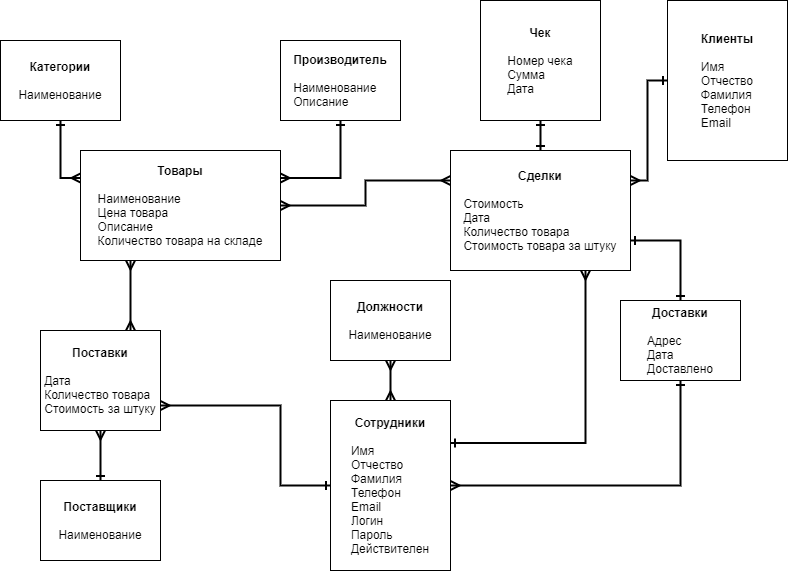
Earlier version of the draw.io export Инфологическая модель-v5.png (maximzadorkin/onlinestore_svetlyachok). Source tidied: cells renumbered, new cells last; positions are measured from the earlier drawing's top-left corner, leaving out a move shared by most shapes. Its diagram source:
```xml
<mxGraphModel>
  <root>
    <mxCell id="0" />
    <mxCell id="1" parent="0" />
    <mxCell id="2" style="edgeStyle=orthogonalEdgeStyle;rounded=0;jettySize=auto;html=1;exitX=0;exitY=0.25;exitDx=0;exitDy=0;entryX=0.5;entryY=1;entryDx=0;entryDy=0;startArrow=ERmany;startFill=0;endArrow=ERone;endFill=0;strokeWidth=2;" parent="1" edge="1" source="3" target="4">
      <mxGeometry relative="1" as="geometry" />
    </mxCell>
    <mxCell id="3" value="&lt;b&gt;Товары&lt;/b&gt;&lt;br&gt;&lt;br&gt;&lt;div style=&quot;text-align: left&quot;&gt;&lt;span&gt;Н&lt;/span&gt;&lt;span&gt;аименование&lt;/span&gt;&lt;/div&gt;&lt;div style=&quot;text-align: left&quot;&gt;Цена товара&lt;/div&gt;&lt;div style=&quot;text-align: left&quot;&gt;Описание&lt;/div&gt;&lt;div style=&quot;text-align: left&quot;&gt;Количество товара на складе&lt;/div&gt;" style="whiteSpace=wrap;html=1;" parent="1" vertex="1">
      <mxGeometry x="80" y="150" width="200" height="110" as="geometry" />
    </mxCell>
    <mxCell id="4" value="&lt;b&gt;Категории&lt;/b&gt;&lt;br&gt;&lt;br&gt;&lt;div style=&quot;text-align: left&quot;&gt;Наименование&lt;/div&gt;" style="whiteSpace=wrap;html=1;" parent="1" vertex="1">
      <mxGeometry y="40" width="120" height="80" as="geometry" />
    </mxCell>
    <mxCell id="5" style="edgeStyle=orthogonalEdgeStyle;rounded=0;jettySize=auto;html=1;exitX=0;exitY=0.5;exitDx=0;exitDy=0;entryX=1;entryY=0.25;entryDx=0;entryDy=0;startArrow=ERone;startFill=0;endArrow=ERmany;endFill=0;strokeWidth=2;" parent="1" edge="1" source="6" target="13">
      <mxGeometry relative="1" as="geometry" />
    </mxCell>
    <mxCell id="6" value="&lt;b&gt;Клиенты&lt;/b&gt;&lt;br&gt;&lt;br&gt;&lt;div style=&quot;text-align: left&quot;&gt;&lt;div&gt;Имя&amp;nbsp;&lt;/div&gt;&lt;div&gt;Отчество&lt;/div&gt;&lt;div&gt;Фамилия&lt;/div&gt;&lt;div&gt;Телефон&lt;/div&gt;&lt;div&gt;Email&lt;br&gt;&lt;/div&gt;&lt;/div&gt;" style="whiteSpace=wrap;html=1;" parent="1" vertex="1">
      <mxGeometry x="667" width="120" height="160" as="geometry" />
    </mxCell>
    <mxCell id="7" style="edgeStyle=orthogonalEdgeStyle;rounded=0;jettySize=auto;html=1;exitX=0.5;exitY=0;exitDx=0;exitDy=0;entryX=0.5;entryY=1;entryDx=0;entryDy=0;startArrow=ERmany;startFill=0;endArrow=ERmany;endFill=0;strokeWidth=2;" parent="1" edge="1" source="10" target="14">
      <mxGeometry relative="1" as="geometry" />
    </mxCell>
    <mxCell id="8" style="edgeStyle=orthogonalEdgeStyle;rounded=0;jettySize=auto;html=1;exitX=1;exitY=0.25;exitDx=0;exitDy=0;entryX=0.75;entryY=1;entryDx=0;entryDy=0;startArrow=ERone;startFill=0;endArrow=ERmany;endFill=0;strokeWidth=2;" parent="1" edge="1" source="10" target="13">
      <mxGeometry relative="1" as="geometry" />
    </mxCell>
    <mxCell id="9" style="edgeStyle=orthogonalEdgeStyle;rounded=0;jettySize=auto;html=1;exitX=0;exitY=0.5;exitDx=0;exitDy=0;entryX=1;entryY=0.75;entryDx=0;entryDy=0;startArrow=ERone;startFill=0;endArrow=ERmany;endFill=0;strokeWidth=2;" parent="1" edge="1" source="10" target="19">
      <mxGeometry relative="1" as="geometry">
        <Array as="points">
          <mxPoint x="280" y="485" />
          <mxPoint x="280" y="405" />
        </Array>
      </mxGeometry>
    </mxCell>
    <mxCell id="10" value="&lt;b&gt;Сотрудники&lt;/b&gt;&lt;br&gt;&lt;br&gt;&lt;div style=&quot;text-align: left&quot;&gt;&lt;div&gt;Имя&amp;nbsp;&lt;/div&gt;&lt;div&gt;Отчество&lt;/div&gt;&lt;div&gt;Фамилия&lt;/div&gt;&lt;div&gt;Телефон&lt;/div&gt;&lt;div&gt;Email&lt;/div&gt;&lt;div&gt;Логин&lt;/div&gt;&lt;div&gt;Пароль&lt;/div&gt;&lt;div&gt;Действителен&lt;/div&gt;&lt;/div&gt;" style="whiteSpace=wrap;html=1;" parent="1" vertex="1">
      <mxGeometry x="330" y="400" width="120" height="170" as="geometry" />
    </mxCell>
    <mxCell id="11" style="edgeStyle=orthogonalEdgeStyle;rounded=0;jettySize=auto;html=1;exitX=0;exitY=0.25;exitDx=0;exitDy=0;entryX=1;entryY=0.5;entryDx=0;entryDy=0;startArrow=ERmany;startFill=0;endArrow=ERmany;endFill=0;strokeWidth=2;" parent="1" edge="1" source="13" target="3">
      <mxGeometry relative="1" as="geometry" />
    </mxCell>
    <mxCell id="12" style="edgeStyle=orthogonalEdgeStyle;rounded=0;jettySize=auto;html=1;exitX=0.5;exitY=0;exitDx=0;exitDy=0;entryX=0.5;entryY=1;entryDx=0;entryDy=0;startArrow=ERone;startFill=0;endArrow=ERone;endFill=0;strokeWidth=2;" parent="1" edge="1" source="13" target="17">
      <mxGeometry relative="1" as="geometry" />
    </mxCell>
    <mxCell id="13" value="&lt;b&gt;Сделки&lt;/b&gt;&lt;br&gt;&lt;div style=&quot;text-align: left&quot;&gt;&lt;br&gt;&lt;/div&gt;&lt;div style=&quot;text-align: left&quot;&gt;&lt;div&gt;Стоимость&lt;/div&gt;&lt;div&gt;Дата&lt;/div&gt;&lt;div&gt;Количество товара&lt;/div&gt;&lt;div&gt;Стоимость товара за штуку&lt;/div&gt;&lt;/div&gt;" style="whiteSpace=wrap;html=1;" parent="1" vertex="1">
      <mxGeometry x="450" y="150" width="180" height="120" as="geometry" />
    </mxCell>
    <mxCell id="14" value="&lt;b&gt;Должности&lt;/b&gt;&lt;br&gt;&lt;br&gt;&lt;div style=&quot;text-align: left&quot;&gt;Наименование&lt;/div&gt;" style="whiteSpace=wrap;html=1;" parent="1" vertex="1">
      <mxGeometry x="330" y="280" width="120" height="80" as="geometry" />
    </mxCell>
    <mxCell id="15" style="edgeStyle=orthogonalEdgeStyle;rounded=0;jettySize=auto;html=1;exitX=0.5;exitY=1;exitDx=0;exitDy=0;entryX=1;entryY=0.25;entryDx=0;entryDy=0;startArrow=ERone;startFill=0;endArrow=ERmany;endFill=0;strokeWidth=2;" parent="1" edge="1" source="16" target="3">
      <mxGeometry relative="1" as="geometry" />
    </mxCell>
    <mxCell id="16" value="&lt;b&gt;Производитель&lt;/b&gt;&lt;br&gt;&lt;br&gt;&lt;div style=&quot;text-align: left&quot;&gt;Наименование&lt;/div&gt;&lt;div style=&quot;text-align: left&quot;&gt;Описание&lt;/div&gt;" style="whiteSpace=wrap;html=1;" parent="1" vertex="1">
      <mxGeometry x="280" y="40" width="120" height="80" as="geometry" />
    </mxCell>
    <mxCell id="17" value="&lt;b&gt;Чек&lt;/b&gt;&lt;br&gt;&lt;br&gt;&lt;div style=&quot;text-align: left&quot;&gt;&lt;div&gt;Номер чека&lt;/div&gt;&lt;div&gt;Сумма&lt;/div&gt;&lt;div&gt;Дата&lt;/div&gt;&lt;/div&gt;" style="whiteSpace=wrap;html=1;" parent="1" vertex="1">
      <mxGeometry x="480" width="120" height="120" as="geometry" />
    </mxCell>
    <mxCell id="18" style="edgeStyle=orthogonalEdgeStyle;rounded=0;jettySize=auto;html=1;exitX=0.75;exitY=0;exitDx=0;exitDy=0;entryX=0.25;entryY=1;entryDx=0;entryDy=0;startArrow=ERmany;startFill=0;endArrow=ERmany;endFill=0;strokeWidth=2;" parent="1" edge="1" source="19" target="3">
      <mxGeometry relative="1" as="geometry" />
    </mxCell>
    <mxCell id="19" value="&lt;b&gt;Поставки&lt;/b&gt;&lt;br&gt;&lt;div style=&quot;text-align: left&quot;&gt;&lt;br&gt;&lt;/div&gt;&lt;div style=&quot;text-align: left&quot;&gt;&lt;div&gt;Дата&lt;/div&gt;&lt;div&gt;Количество товара&lt;/div&gt;&lt;div&gt;Стоимость за штуку&lt;/div&gt;&lt;/div&gt;" style="whiteSpace=wrap;html=1;" parent="1" vertex="1">
      <mxGeometry x="40" y="330" width="120" height="100" as="geometry" />
    </mxCell>
    <mxCell id="20" style="edgeStyle=orthogonalEdgeStyle;rounded=0;jettySize=auto;html=1;exitX=0.5;exitY=0;exitDx=0;exitDy=0;entryX=0.5;entryY=1;entryDx=0;entryDy=0;startArrow=ERone;startFill=0;endArrow=ERmany;endFill=0;strokeWidth=2;" parent="1" edge="1" source="21" target="19">
      <mxGeometry relative="1" as="geometry" />
    </mxCell>
    <mxCell id="21" value="&lt;b&gt;Поставщики&lt;/b&gt;&lt;br&gt;&lt;br&gt;&lt;div style=&quot;text-align: left&quot;&gt;&lt;span&gt;Наименование&lt;/span&gt;&lt;/div&gt;" style="whiteSpace=wrap;html=1;" parent="1" vertex="1">
      <mxGeometry x="40" y="480" width="120" height="80" as="geometry" />
    </mxCell>
    <mxCell id="22" style="edgeStyle=orthogonalEdgeStyle;rounded=0;jettySize=auto;html=1;exitX=0.5;exitY=0;exitDx=0;exitDy=0;startArrow=ERone;startFill=0;endArrow=ERone;endFill=0;strokeWidth=2;entryX=1;entryY=0.75;entryDx=0;entryDy=0;" parent="1" edge="1" source="24" target="13">
      <mxGeometry relative="1" as="geometry">
        <Array as="points">
          <mxPoint x="680" y="240" />
        </Array>
      </mxGeometry>
    </mxCell>
    <mxCell id="23" style="edgeStyle=orthogonalEdgeStyle;rounded=0;jettySize=auto;html=1;exitX=0.5;exitY=1;exitDx=0;exitDy=0;entryX=1;entryY=0.5;entryDx=0;entryDy=0;startArrow=ERone;startFill=0;endArrow=ERmany;endFill=0;strokeWidth=2;" parent="1" edge="1" source="24" target="10">
      <mxGeometry relative="1" as="geometry">
        <Array as="points">
          <mxPoint x="680" y="485" />
        </Array>
      </mxGeometry>
    </mxCell>
    <mxCell id="24" value="&lt;b&gt;Доставки&lt;/b&gt;&lt;br&gt;&lt;br&gt;&lt;div style=&quot;text-align: left&quot;&gt;Адрес&lt;/div&gt;&lt;div style=&quot;text-align: left&quot;&gt;Дата&lt;/div&gt;&lt;div style=&quot;text-align: left&quot;&gt;Доставлено&lt;/div&gt;" style="whiteSpace=wrap;html=1;" parent="1" vertex="1">
      <mxGeometry x="620" y="300" width="120" height="80" as="geometry" />
    </mxCell>
  </root>
</mxGraphModel>
```
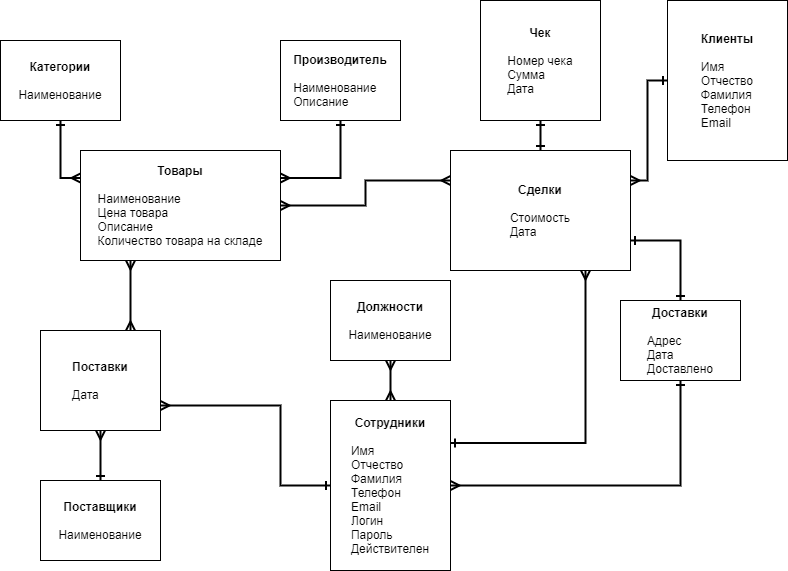
The same file after the commit.

Commit message:
доработана модель

What changed in the source:
```diff
@@ -40,7 +40,7 @@
     <mxCell id="12" style="edgeStyle=orthogonalEdgeStyle;rounded=0;jettySize=auto;html=1;exitX=0.5;exitY=0;exitDx=0;exitDy=0;entryX=0.5;entryY=1;entryDx=0;entryDy=0;startArrow=ERone;startFill=0;endArrow=ERone;endFill=0;strokeWidth=2;" parent="1" edge="1" source="13" target="17">
       <mxGeometry relative="1" as="geometry" />
     </mxCell>
-    <mxCell id="13" value="&lt;b&gt;Сделки&lt;/b&gt;&lt;br&gt;&lt;div style=&quot;text-align: left&quot;&gt;&lt;br&gt;&lt;/div&gt;&lt;div style=&quot;text-align: left&quot;&gt;&lt;div&gt;Стоимость&lt;/div&gt;&lt;div&gt;Дата&lt;/div&gt;&lt;div&gt;Количество товара&lt;/div&gt;&lt;div&gt;Стоимость товара за штуку&lt;/div&gt;&lt;/div&gt;" style="whiteSpace=wrap;html=1;" parent="1" vertex="1">
+    <mxCell id="13" value="&lt;b&gt;Сделки&lt;/b&gt;&lt;br&gt;&lt;div style=&quot;text-align: left&quot;&gt;&lt;br&gt;&lt;/div&gt;&lt;div style=&quot;text-align: left&quot;&gt;&lt;div&gt;Стоимость&lt;/div&gt;&lt;div&gt;Дата&lt;/div&gt;&lt;/div&gt;" style="whiteSpace=wrap;html=1;" parent="1" vertex="1">
       <mxGeometry x="450" y="150" width="180" height="120" as="geometry" />
     </mxCell>
     <mxCell id="14" value="&lt;b&gt;Должности&lt;/b&gt;&lt;br&gt;&lt;br&gt;&lt;div style=&quot;text-align: left&quot;&gt;Наименование&lt;/div&gt;" style="whiteSpace=wrap;html=1;" parent="1" vertex="1">
@@ -58,7 +58,7 @@
     <mxCell id="18" style="edgeStyle=orthogonalEdgeStyle;rounded=0;jettySize=auto;html=1;exitX=0.75;exitY=0;exitDx=0;exitDy=0;entryX=0.25;entryY=1;entryDx=0;entryDy=0;startArrow=ERmany;startFill=0;endArrow=ERmany;endFill=0;strokeWidth=2;" parent="1" edge="1" source="19" target="3">
       <mxGeometry relative="1" as="geometry" />
     </mxCell>
-    <mxCell id="19" value="&lt;b&gt;Поставки&lt;/b&gt;&lt;br&gt;&lt;div style=&quot;text-align: left&quot;&gt;&lt;br&gt;&lt;/div&gt;&lt;div style=&quot;text-align: left&quot;&gt;&lt;div&gt;Дата&lt;/div&gt;&lt;div&gt;Количество товара&lt;/div&gt;&lt;div&gt;Стоимость за штуку&lt;/div&gt;&lt;/div&gt;" style="whiteSpace=wrap;html=1;" parent="1" vertex="1">
+    <mxCell id="19" value="&lt;b&gt;Поставки&lt;/b&gt;&lt;br&gt;&lt;div style=&quot;text-align: left&quot;&gt;&lt;br&gt;&lt;/div&gt;&lt;div style=&quot;text-align: left&quot;&gt;&lt;div&gt;Дата&lt;/div&gt;&lt;/div&gt;" style="whiteSpace=wrap;html=1;" parent="1" vertex="1">
       <mxGeometry x="40" y="330" width="120" height="100" as="geometry" />
     </mxCell>
     <mxCell id="20" style="edgeStyle=orthogonalEdgeStyle;rounded=0;jettySize=auto;html=1;exitX=0.5;exitY=0;exitDx=0;exitDy=0;entryX=0.5;entryY=1;entryDx=0;entryDy=0;startArrow=ERone;startFill=0;endArrow=ERmany;endFill=0;strokeWidth=2;" parent="1" edge="1" source="21" target="19">
```
